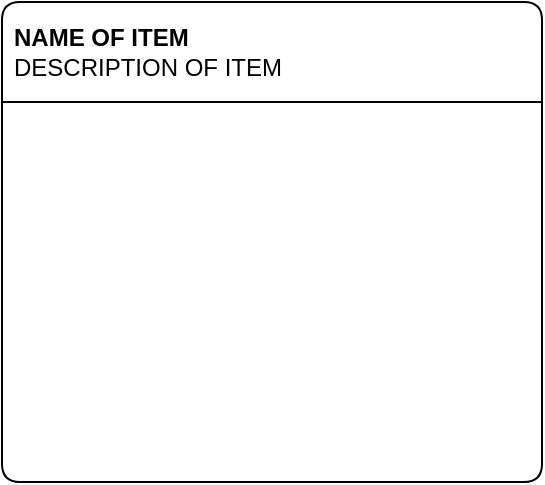
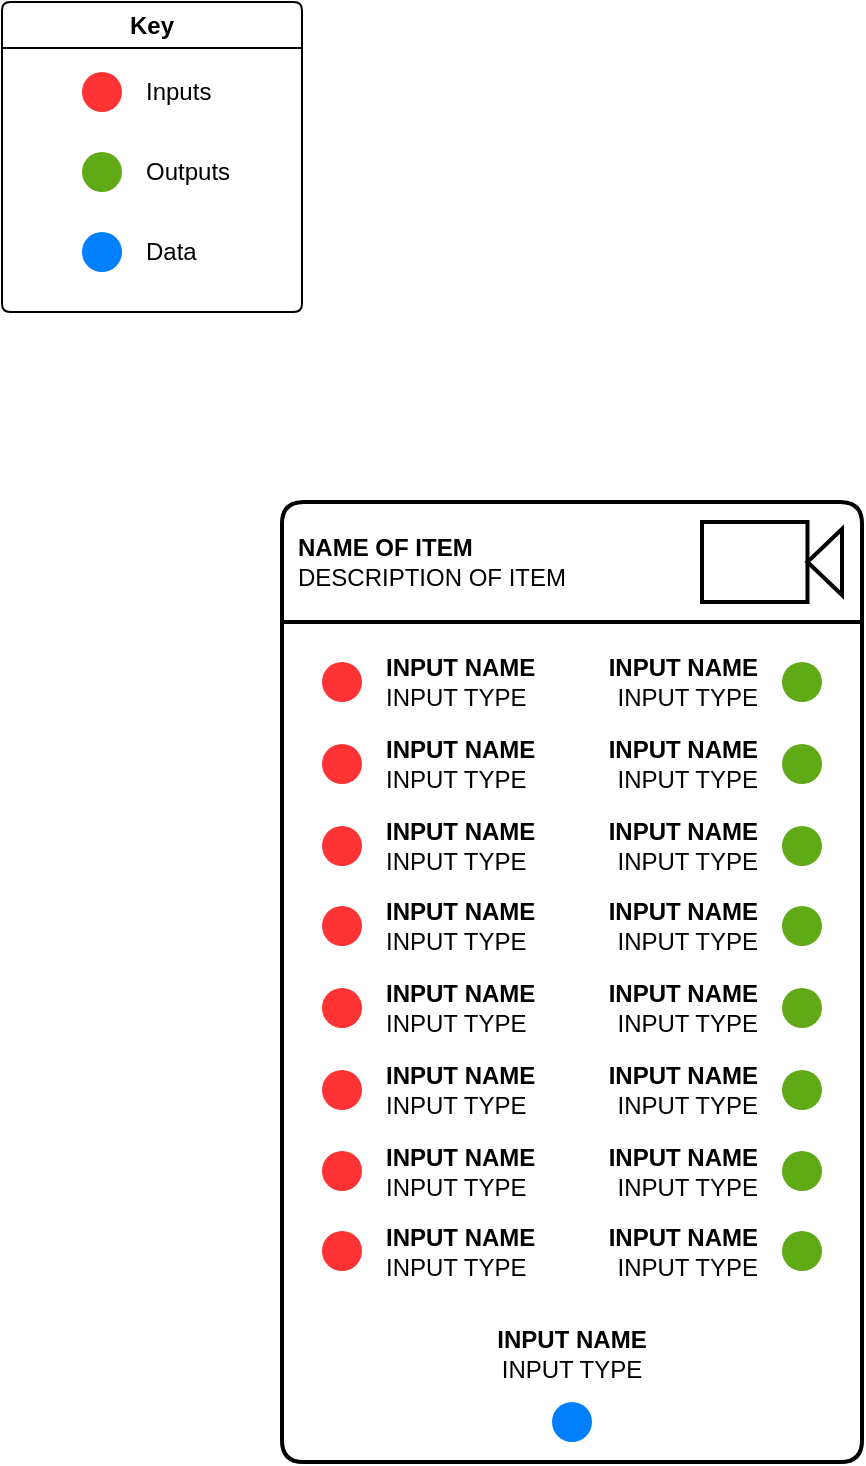
<mxfile host="app.diagrams.net">
  <diagram name="Page-1" id="FgFW1MfRpHRbAZnw0JzE">
-     <mxGraphModel dx="1417" dy="726" grid="1" gridSize="10" guides="1" tooltips="1" connect="1" arrows="1" fold="1" page="1" pageScale="1" pageWidth="1654" pageHeight="1169" math="0" shadow="0">
+     <mxGraphModel dx="2054" dy="1053" grid="1" gridSize="10" guides="1" tooltips="1" connect="1" arrows="1" fold="1" page="1" pageScale="1" pageWidth="1654" pageHeight="1169" math="0" shadow="0">
      <root>
        <mxCell id="0" />
        <mxCell id="1" parent="0" />
        <UserObject label="&lt;div&gt;NAME OF ITEM&lt;/div&gt;&lt;div&gt;&lt;span style=&quot;font-weight: normal;&quot;&gt;DESCRIPTION OF ITEM&lt;/span&gt;&lt;/div&gt;" link="https://www.videocraft.com.au/products/blackmagic-design-atem-mini-extreme-iso-live-streaming-camera-switcher" id="s20b6Gskkq0xSbLsb2Lf-1">
-           <mxCell parent="1" style="swimlane;whiteSpace=wrap;html=1;startSize=50;perimeterSpacing=0;rounded=1;arcSize=6;align=left;spacingLeft=4;swimlaneFillColor=default;" vertex="1">
-             <mxGeometry height="240" width="270" x="370" y="370" as="geometry" />
+           <mxCell parent="1" style="swimlane;whiteSpace=wrap;html=1;startSize=60;perimeterSpacing=0;rounded=1;arcSize=6;align=left;spacingLeft=6;swimlaneFillColor=default;strokeWidth=2;" vertex="1">
+             <mxGeometry height="480" width="290" x="330" y="280" as="geometry" />
          </mxCell>
        </UserObject>
+         <mxCell id="BUdtJf7oYrrgdLHHiytK-1" parent="s20b6Gskkq0xSbLsb2Lf-1" style="shape=mxgraph.signs.tech.video_camera;html=1;pointerEvents=1;fillColor=none;strokeColor=default;verticalLabelPosition=bottom;verticalAlign=top;align=center;strokeWidth=2;" value="" vertex="1">
+           <mxGeometry height="40" width="70" x="210" y="10" as="geometry" />
+         </mxCell>
+         <mxCell id="BUdtJf7oYrrgdLHHiytK-2" parent="s20b6Gskkq0xSbLsb2Lf-1" style="ellipse;whiteSpace=wrap;html=1;aspect=fixed;strokeColor=none;fillColor=#60a917;fontColor=#ffffff;" value="" vertex="1">
+           <mxGeometry height="20" width="20" x="250" y="80" as="geometry" />
+         </mxCell>
+         <mxCell id="BUdtJf7oYrrgdLHHiytK-6" parent="s20b6Gskkq0xSbLsb2Lf-1" style="ellipse;whiteSpace=wrap;html=1;aspect=fixed;strokeColor=none;fillColor=#60a917;fontColor=#ffffff;" value="" vertex="1">
+           <mxGeometry height="20" width="20" x="250" y="121" as="geometry" />
+         </mxCell>
+         <mxCell id="BUdtJf7oYrrgdLHHiytK-7" parent="s20b6Gskkq0xSbLsb2Lf-1" style="ellipse;whiteSpace=wrap;html=1;aspect=fixed;strokeColor=none;fillColor=#60a917;fontColor=#ffffff;" value="" vertex="1">
+           <mxGeometry height="20" width="20" x="250" y="162" as="geometry" />
+         </mxCell>
+         <mxCell id="BUdtJf7oYrrgdLHHiytK-8" parent="s20b6Gskkq0xSbLsb2Lf-1" style="ellipse;whiteSpace=wrap;html=1;aspect=fixed;strokeColor=none;fillColor=#60a917;fontColor=#ffffff;" value="" vertex="1">
+           <mxGeometry height="20" width="20" x="250" y="202" as="geometry" />
+         </mxCell>
+         <mxCell id="BUdtJf7oYrrgdLHHiytK-9" parent="s20b6Gskkq0xSbLsb2Lf-1" style="ellipse;whiteSpace=wrap;html=1;aspect=fixed;strokeColor=none;fillColor=#60a917;fontColor=#ffffff;" value="" vertex="1">
+           <mxGeometry height="20" width="20" x="250" y="243" as="geometry" />
+         </mxCell>
+         <mxCell id="BUdtJf7oYrrgdLHHiytK-10" parent="s20b6Gskkq0xSbLsb2Lf-1" style="ellipse;whiteSpace=wrap;html=1;aspect=fixed;strokeColor=none;fillColor=#60a917;fontColor=#ffffff;" value="" vertex="1">
+           <mxGeometry height="20" width="20" x="250" y="284" as="geometry" />
+         </mxCell>
+         <mxCell id="BUdtJf7oYrrgdLHHiytK-11" parent="s20b6Gskkq0xSbLsb2Lf-1" style="ellipse;whiteSpace=wrap;html=1;aspect=fixed;strokeColor=none;fillColor=#60a917;fontColor=#ffffff;" value="" vertex="1">
+           <mxGeometry height="20" width="20" x="250" y="324.5" as="geometry" />
+         </mxCell>
+         <mxCell id="BUdtJf7oYrrgdLHHiytK-13" parent="s20b6Gskkq0xSbLsb2Lf-1" style="ellipse;whiteSpace=wrap;html=1;aspect=fixed;strokeColor=none;fillColor=light-dark(#FF3333,#FF3333);fontColor=#ffffff;fillStyle=auto;" value="" vertex="1">
+           <mxGeometry height="20" width="20" x="20" y="80" as="geometry" />
+         </mxCell>
+         <mxCell id="BUdtJf7oYrrgdLHHiytK-14" parent="s20b6Gskkq0xSbLsb2Lf-1" style="ellipse;whiteSpace=wrap;html=1;aspect=fixed;strokeColor=none;fillColor=light-dark(#FF3333,#FF3333);fontColor=#ffffff;" value="" vertex="1">
+           <mxGeometry height="20" width="20" x="20" y="121" as="geometry" />
+         </mxCell>
+         <mxCell id="BUdtJf7oYrrgdLHHiytK-15" parent="s20b6Gskkq0xSbLsb2Lf-1" style="ellipse;whiteSpace=wrap;html=1;aspect=fixed;strokeColor=none;fillColor=light-dark(#FF3333,#FF3333);fontColor=#ffffff;" value="" vertex="1">
+           <mxGeometry height="20" width="20" x="20" y="162" as="geometry" />
+         </mxCell>
+         <mxCell id="BUdtJf7oYrrgdLHHiytK-16" parent="s20b6Gskkq0xSbLsb2Lf-1" style="ellipse;whiteSpace=wrap;html=1;aspect=fixed;strokeColor=none;fillColor=light-dark(#FF3333,#FF3333);fontColor=#ffffff;" value="" vertex="1">
+           <mxGeometry height="20" width="20" x="20" y="202" as="geometry" />
+         </mxCell>
+         <mxCell id="BUdtJf7oYrrgdLHHiytK-17" parent="s20b6Gskkq0xSbLsb2Lf-1" style="ellipse;whiteSpace=wrap;html=1;aspect=fixed;strokeColor=none;fillColor=light-dark(#FF3333,#FF3333);fontColor=#ffffff;" value="" vertex="1">
+           <mxGeometry height="20" width="20" x="20" y="243" as="geometry" />
+         </mxCell>
+         <mxCell id="BUdtJf7oYrrgdLHHiytK-18" parent="s20b6Gskkq0xSbLsb2Lf-1" style="ellipse;whiteSpace=wrap;html=1;aspect=fixed;strokeColor=none;fillColor=light-dark(#FF3333,#FF3333);fontColor=#ffffff;" value="" vertex="1">
+           <mxGeometry height="20" width="20" x="20" y="284" as="geometry" />
+         </mxCell>
+         <mxCell id="BUdtJf7oYrrgdLHHiytK-19" parent="s20b6Gskkq0xSbLsb2Lf-1" style="ellipse;whiteSpace=wrap;html=1;aspect=fixed;strokeColor=none;fillColor=light-dark(#FF3333,#FF3333);fontColor=#ffffff;" value="" vertex="1">
+           <mxGeometry height="20" width="20" x="20" y="324.5" as="geometry" />
+         </mxCell>
+         <mxCell id="BUdtJf7oYrrgdLHHiytK-20" parent="s20b6Gskkq0xSbLsb2Lf-1" style="text;html=1;whiteSpace=wrap;strokeColor=none;fillColor=none;align=left;verticalAlign=middle;rounded=0;" value="&lt;div&gt;&lt;b&gt;INPUT NAME&lt;/b&gt;&lt;/div&gt;&lt;div&gt;INPUT TYPE&lt;/div&gt;" vertex="1">
+           <mxGeometry height="29" width="90" x="50" y="75.5" as="geometry" />
+         </mxCell>
+         <mxCell id="BUdtJf7oYrrgdLHHiytK-21" parent="s20b6Gskkq0xSbLsb2Lf-1" style="text;html=1;whiteSpace=wrap;strokeColor=none;fillColor=none;align=right;verticalAlign=middle;rounded=0;" value="&lt;div&gt;&lt;b&gt;INPUT NAME&lt;/b&gt;&lt;/div&gt;&lt;div&gt;INPUT TYPE&lt;/div&gt;" vertex="1">
+           <mxGeometry height="29" width="90" x="150" y="75.5" as="geometry" />
+         </mxCell>
+         <mxCell id="BUdtJf7oYrrgdLHHiytK-22" parent="s20b6Gskkq0xSbLsb2Lf-1" style="text;html=1;whiteSpace=wrap;strokeColor=none;fillColor=none;align=left;verticalAlign=middle;rounded=0;" value="&lt;div&gt;&lt;b&gt;INPUT NAME&lt;/b&gt;&lt;/div&gt;&lt;div&gt;INPUT TYPE&lt;/div&gt;" vertex="1">
+           <mxGeometry height="29" width="90" x="50" y="116.5" as="geometry" />
+         </mxCell>
+         <mxCell id="BUdtJf7oYrrgdLHHiytK-23" parent="s20b6Gskkq0xSbLsb2Lf-1" style="text;html=1;whiteSpace=wrap;strokeColor=none;fillColor=none;align=right;verticalAlign=middle;rounded=0;" value="&lt;div&gt;&lt;b&gt;INPUT NAME&lt;/b&gt;&lt;/div&gt;&lt;div&gt;INPUT TYPE&lt;/div&gt;" vertex="1">
+           <mxGeometry height="29" width="90" x="150" y="116.5" as="geometry" />
+         </mxCell>
+         <mxCell id="BUdtJf7oYrrgdLHHiytK-24" parent="s20b6Gskkq0xSbLsb2Lf-1" style="text;html=1;whiteSpace=wrap;strokeColor=none;fillColor=none;align=left;verticalAlign=middle;rounded=0;" value="&lt;div&gt;&lt;b&gt;INPUT NAME&lt;/b&gt;&lt;/div&gt;&lt;div&gt;INPUT TYPE&lt;/div&gt;" vertex="1">
+           <mxGeometry height="29" width="90" x="50" y="157.5" as="geometry" />
+         </mxCell>
+         <mxCell id="BUdtJf7oYrrgdLHHiytK-25" parent="s20b6Gskkq0xSbLsb2Lf-1" style="text;html=1;whiteSpace=wrap;strokeColor=none;fillColor=none;align=right;verticalAlign=middle;rounded=0;" value="&lt;div&gt;&lt;b&gt;INPUT NAME&lt;/b&gt;&lt;/div&gt;&lt;div&gt;INPUT TYPE&lt;/div&gt;" vertex="1">
+           <mxGeometry height="29" width="90" x="150" y="157.5" as="geometry" />
+         </mxCell>
+         <mxCell id="BUdtJf7oYrrgdLHHiytK-26" parent="s20b6Gskkq0xSbLsb2Lf-1" style="text;html=1;whiteSpace=wrap;strokeColor=none;fillColor=none;align=left;verticalAlign=middle;rounded=0;" value="&lt;div&gt;&lt;b&gt;INPUT NAME&lt;/b&gt;&lt;/div&gt;&lt;div&gt;INPUT TYPE&lt;/div&gt;" vertex="1">
+           <mxGeometry height="29" width="90" x="50" y="197.5" as="geometry" />
+         </mxCell>
+         <mxCell id="BUdtJf7oYrrgdLHHiytK-27" parent="s20b6Gskkq0xSbLsb2Lf-1" style="text;html=1;whiteSpace=wrap;strokeColor=none;fillColor=none;align=right;verticalAlign=middle;rounded=0;" value="&lt;div&gt;&lt;b&gt;INPUT NAME&lt;/b&gt;&lt;/div&gt;&lt;div&gt;INPUT TYPE&lt;/div&gt;" vertex="1">
+           <mxGeometry height="29" width="90" x="150" y="197.5" as="geometry" />
+         </mxCell>
+         <mxCell id="BUdtJf7oYrrgdLHHiytK-28" parent="s20b6Gskkq0xSbLsb2Lf-1" style="text;html=1;whiteSpace=wrap;strokeColor=none;fillColor=none;align=left;verticalAlign=middle;rounded=0;" value="&lt;div&gt;&lt;b&gt;INPUT NAME&lt;/b&gt;&lt;/div&gt;&lt;div&gt;INPUT TYPE&lt;/div&gt;" vertex="1">
+           <mxGeometry height="29" width="90" x="50" y="238.5" as="geometry" />
+         </mxCell>
+         <mxCell id="BUdtJf7oYrrgdLHHiytK-29" parent="s20b6Gskkq0xSbLsb2Lf-1" style="text;html=1;whiteSpace=wrap;strokeColor=none;fillColor=none;align=right;verticalAlign=middle;rounded=0;" value="&lt;div&gt;&lt;b&gt;INPUT NAME&lt;/b&gt;&lt;/div&gt;&lt;div&gt;INPUT TYPE&lt;/div&gt;" vertex="1">
+           <mxGeometry height="29" width="90" x="150" y="238.5" as="geometry" />
+         </mxCell>
+         <mxCell id="BUdtJf7oYrrgdLHHiytK-30" parent="s20b6Gskkq0xSbLsb2Lf-1" style="text;html=1;whiteSpace=wrap;strokeColor=none;fillColor=none;align=left;verticalAlign=middle;rounded=0;" value="&lt;div&gt;&lt;b&gt;INPUT NAME&lt;/b&gt;&lt;/div&gt;&lt;div&gt;INPUT TYPE&lt;/div&gt;" vertex="1">
+           <mxGeometry height="29" width="90" x="50" y="279.5" as="geometry" />
+         </mxCell>
+         <mxCell id="BUdtJf7oYrrgdLHHiytK-31" parent="s20b6Gskkq0xSbLsb2Lf-1" style="text;html=1;whiteSpace=wrap;strokeColor=none;fillColor=none;align=right;verticalAlign=middle;rounded=0;" value="&lt;div&gt;&lt;b&gt;INPUT NAME&lt;/b&gt;&lt;/div&gt;&lt;div&gt;INPUT TYPE&lt;/div&gt;" vertex="1">
+           <mxGeometry height="29" width="90" x="150" y="279.5" as="geometry" />
+         </mxCell>
+         <mxCell id="BUdtJf7oYrrgdLHHiytK-32" parent="s20b6Gskkq0xSbLsb2Lf-1" style="text;html=1;whiteSpace=wrap;strokeColor=none;fillColor=none;align=left;verticalAlign=middle;rounded=0;" value="&lt;div&gt;&lt;b&gt;INPUT NAME&lt;/b&gt;&lt;/div&gt;&lt;div&gt;INPUT TYPE&lt;/div&gt;" vertex="1">
+           <mxGeometry height="29" width="90" x="50" y="320" as="geometry" />
+         </mxCell>
+         <mxCell id="BUdtJf7oYrrgdLHHiytK-33" parent="s20b6Gskkq0xSbLsb2Lf-1" style="text;html=1;whiteSpace=wrap;strokeColor=none;fillColor=none;align=right;verticalAlign=middle;rounded=0;" value="&lt;div&gt;&lt;b&gt;INPUT NAME&lt;/b&gt;&lt;/div&gt;&lt;div&gt;INPUT TYPE&lt;/div&gt;" vertex="1">
+           <mxGeometry height="29" width="90" x="150" y="320" as="geometry" />
+         </mxCell>
+         <mxCell id="BUdtJf7oYrrgdLHHiytK-34" parent="s20b6Gskkq0xSbLsb2Lf-1" style="ellipse;whiteSpace=wrap;html=1;aspect=fixed;strokeColor=none;fillColor=light-dark(#FF3333,#FF3333);fontColor=#ffffff;" value="" vertex="1">
+           <mxGeometry height="20" width="20" x="20" y="364.5" as="geometry" />
+         </mxCell>
+         <mxCell id="BUdtJf7oYrrgdLHHiytK-35" parent="s20b6Gskkq0xSbLsb2Lf-1" style="text;html=1;whiteSpace=wrap;strokeColor=none;fillColor=none;align=left;verticalAlign=middle;rounded=0;" value="&lt;div&gt;&lt;b&gt;INPUT NAME&lt;/b&gt;&lt;/div&gt;&lt;div&gt;INPUT TYPE&lt;/div&gt;" vertex="1">
+           <mxGeometry height="29" width="90" x="50" y="360" as="geometry" />
+         </mxCell>
+         <mxCell id="BUdtJf7oYrrgdLHHiytK-36" parent="s20b6Gskkq0xSbLsb2Lf-1" style="text;html=1;whiteSpace=wrap;strokeColor=none;fillColor=none;align=right;verticalAlign=middle;rounded=0;" value="&lt;div&gt;&lt;b&gt;INPUT NAME&lt;/b&gt;&lt;/div&gt;&lt;div&gt;INPUT TYPE&lt;/div&gt;" vertex="1">
+           <mxGeometry height="29" width="90" x="150" y="360" as="geometry" />
+         </mxCell>
+         <mxCell id="BUdtJf7oYrrgdLHHiytK-37" parent="s20b6Gskkq0xSbLsb2Lf-1" style="ellipse;whiteSpace=wrap;html=1;aspect=fixed;strokeColor=none;fillColor=#60a917;fontColor=#ffffff;" value="" vertex="1">
+           <mxGeometry height="20" width="20" x="250" y="364.5" as="geometry" />
+         </mxCell>
+         <mxCell id="BUdtJf7oYrrgdLHHiytK-38" parent="s20b6Gskkq0xSbLsb2Lf-1" style="text;html=1;whiteSpace=wrap;strokeColor=none;fillColor=none;align=center;verticalAlign=middle;rounded=0;" value="&lt;div&gt;&lt;b&gt;INPUT NAME&lt;/b&gt;&lt;/div&gt;&lt;div&gt;INPUT TYPE&lt;/div&gt;" vertex="1">
+           <mxGeometry height="29" width="90" x="100" y="411" as="geometry" />
+         </mxCell>
+         <mxCell id="BUdtJf7oYrrgdLHHiytK-39" parent="s20b6Gskkq0xSbLsb2Lf-1" style="ellipse;whiteSpace=wrap;html=1;aspect=fixed;strokeColor=none;fillColor=#007FFF;fontColor=#ffffff;" value="" vertex="1">
+           <mxGeometry height="20" width="20" x="135" y="450" as="geometry" />
+         </mxCell>
+         <mxCell id="BUdtJf7oYrrgdLHHiytK-123" parent="1" style="swimlane;whiteSpace=wrap;html=1;rounded=1;arcSize=6;swimlaneFillColor=default;" value="Key" vertex="1">
+           <mxGeometry height="155" width="150" x="190" y="30" as="geometry" />
+         </mxCell>
+         <mxCell id="BUdtJf7oYrrgdLHHiytK-115" parent="BUdtJf7oYrrgdLHHiytK-123" style="ellipse;whiteSpace=wrap;html=1;aspect=fixed;strokeColor=none;fillColor=light-dark(#FF3333,#FF3333);fontColor=#ffffff;fillStyle=auto;" value="" vertex="1">
+           <mxGeometry height="20" width="20" x="40" y="35" as="geometry" />
+         </mxCell>
+         <mxCell id="BUdtJf7oYrrgdLHHiytK-119" parent="BUdtJf7oYrrgdLHHiytK-123" style="text;html=1;whiteSpace=wrap;strokeColor=none;fillColor=none;align=left;verticalAlign=middle;rounded=0;" value="Inputs" vertex="1">
+           <mxGeometry height="10" width="40" x="70" y="40" as="geometry" />
+         </mxCell>
+         <mxCell id="BUdtJf7oYrrgdLHHiytK-114" parent="BUdtJf7oYrrgdLHHiytK-123" style="ellipse;whiteSpace=wrap;html=1;aspect=fixed;strokeColor=none;fillColor=#60a917;fontColor=#ffffff;" value="" vertex="1">
+           <mxGeometry height="20" width="20" x="40" y="75" as="geometry" />
+         </mxCell>
+         <mxCell id="BUdtJf7oYrrgdLHHiytK-120" parent="BUdtJf7oYrrgdLHHiytK-123" style="text;html=1;whiteSpace=wrap;strokeColor=none;fillColor=none;align=left;verticalAlign=middle;rounded=0;" value="Outputs" vertex="1">
+           <mxGeometry height="10" width="40" x="70" y="80" as="geometry" />
+         </mxCell>
+         <mxCell id="BUdtJf7oYrrgdLHHiytK-116" parent="BUdtJf7oYrrgdLHHiytK-123" style="ellipse;whiteSpace=wrap;html=1;aspect=fixed;strokeColor=none;fillColor=#007FFF;fontColor=#ffffff;" value="" vertex="1">
+           <mxGeometry height="20" width="20" x="40" y="115" as="geometry" />
+         </mxCell>
+         <mxCell id="BUdtJf7oYrrgdLHHiytK-121" parent="BUdtJf7oYrrgdLHHiytK-123" style="text;html=1;whiteSpace=wrap;strokeColor=none;fillColor=none;align=left;verticalAlign=middle;rounded=0;" value="Data" vertex="1">
+           <mxGeometry height="10" width="40" x="70" y="120" as="geometry" />
+         </mxCell>
      </root>
    </mxGraphModel>
  </diagram>
</mxfile>
